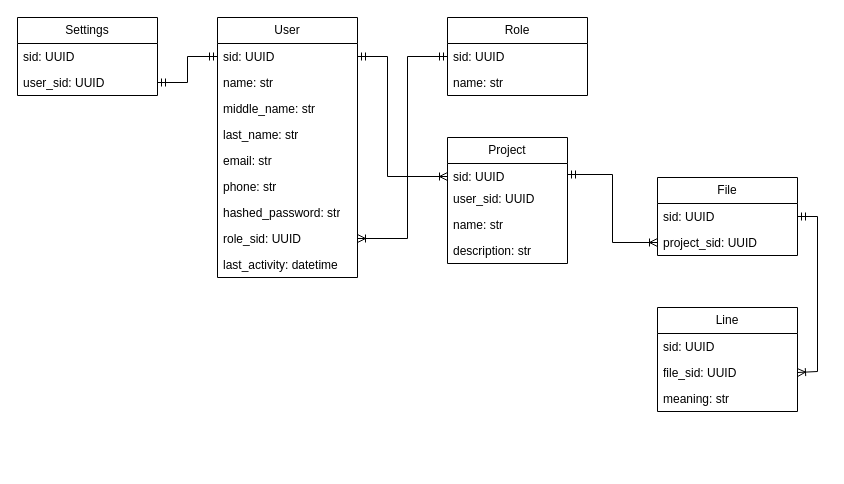
Before: docs/data_logic.drawio in some012/translator_space_backend, a draw.io diagram. Source tidied: cells renumbered, new cells numbered last; positions are measured from the earlier drawing's top-left corner, leaving out a move shared by most shapes. Both pictures are drawn from the tidied source at 100%, with x=0, y=0 at pixel (17, 17).
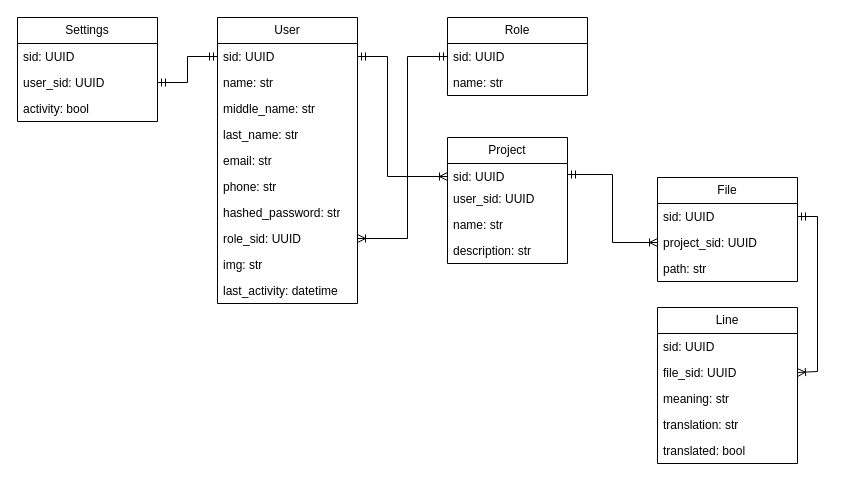
The same page after the edit.

Commit message (it also covers changes not shown here):
fix(Docs): Added info logic diagram

What changed in the source:
```diff
@@
     <mxCell id="2" value="User" style="swimlane;fontStyle=0;horizontal=1;startSize=26;whiteSpace=wrap;html=1;" parent="1" vertex="1">
-      <mxGeometry x="200" width="140" height="260" as="geometry" />
+      <mxGeometry x="200" width="140" height="286" as="geometry" />
     </mxCell>
@@
+    <mxCell id="35" value="img: str" style="text;strokeColor=none;fillColor=none;align=left;verticalAlign=top;spacingLeft=4;spacingRight=4;overflow=hidden;whiteSpace=wrap;html=1;" parent="2" vertex="1">
+      <mxGeometry y="234" width="140" height="26" as="geometry" />
+    </mxCell>
     <mxCell id="11" value="last_activity: datetime" style="text;strokeColor=none;fillColor=none;align=left;verticalAlign=top;spacingLeft=4;spacingRight=4;overflow=hidden;whiteSpace=wrap;html=1;" parent="2" vertex="1">
-      <mxGeometry y="234" width="140" height="26" as="geometry" />
+      <mxGeometry y="260" width="140" height="26" as="geometry" />
     </mxCell>
     <mxCell id="12" value="Settings" style="swimlane;fontStyle=0;horizontal=1;startSize=26;whiteSpace=wrap;html=1;" parent="1" vertex="1">
-      <mxGeometry width="140" height="78" as="geometry" />
+      <mxGeometry width="140" height="104" as="geometry" />
     </mxCell>
@@
+    <mxCell id="36" value="activity: bool" style="text;strokeColor=none;fillColor=none;align=left;verticalAlign=top;spacingLeft=4;spacingRight=4;overflow=hidden;whiteSpace=wrap;html=1;" parent="12" vertex="1">
+      <mxGeometry y="78" width="140" height="26" as="geometry" />
+    </mxCell>
@@
     <mxCell id="25" value="File" style="swimlane;fontStyle=0;horizontal=1;startSize=26;whiteSpace=wrap;html=1;" parent="1" vertex="1">
-      <mxGeometry x="640" y="160" width="140" height="78" as="geometry" />
+      <mxGeometry x="640" y="160" width="140" height="104" as="geometry" />
     </mxCell>
@@
+    <mxCell id="37" value="path: str" style="text;strokeColor=none;fillColor=none;align=left;verticalAlign=top;spacingLeft=4;spacingRight=4;overflow=hidden;whiteSpace=wrap;html=1;" parent="25" vertex="1">
+      <mxGeometry y="78" width="140" height="26" as="geometry" />
+    </mxCell>
@@
     <mxCell id="30" value="Line" style="swimlane;fontStyle=0;horizontal=1;startSize=26;whiteSpace=wrap;html=1;" parent="1" vertex="1">
-      <mxGeometry x="640" y="290" width="140" height="104" as="geometry" />
+      <mxGeometry x="640" y="290" width="140" height="156" as="geometry" />
     </mxCell>
@@
+    <mxCell id="38" value="&lt;span style=&quot;color: rgb(0, 0, 0); font-family: Helvetica; font-size: 12px; font-style: normal; font-variant-ligatures: normal; font-variant-caps: normal; font-weight: 400; letter-spacing: normal; orphans: 2; text-align: center; text-indent: 0px; text-transform: none; widows: 2; word-spacing: 0px; -webkit-text-stroke-width: 0px; background-color: rgb(251, 251, 251); text-decoration-thickness: initial; text-decoration-style: initial; text-decoration-color: initial; float: none; display: inline !important;&quot;&gt;translation: str&lt;br&gt;&lt;br&gt;&lt;/span&gt;" style="text;strokeColor=none;fillColor=none;align=left;verticalAlign=top;spacingLeft=4;spacingRight=4;overflow=hidden;whiteSpace=wrap;html=1;" parent="30" vertex="1">
+      <mxGeometry y="104" width="140" height="26" as="geometry" />
+    </mxCell>
+    <mxCell id="39" value="translated: bool" style="text;strokeColor=none;fillColor=none;align=left;verticalAlign=top;spacingLeft=4;spacingRight=4;overflow=hidden;whiteSpace=wrap;html=1;" parent="30" vertex="1">
+      <mxGeometry y="130" width="140" height="26" as="geometry" />
+    </mxCell>
```
